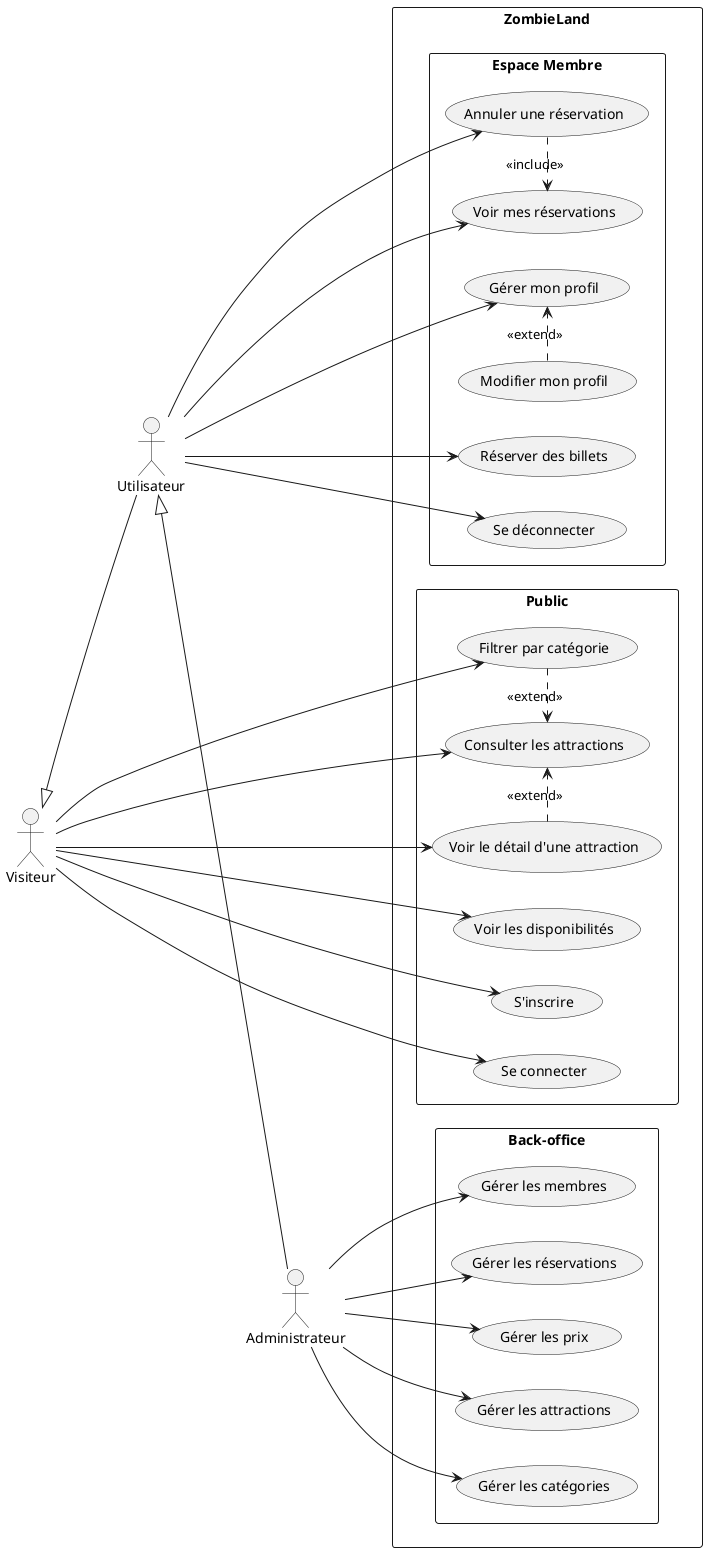
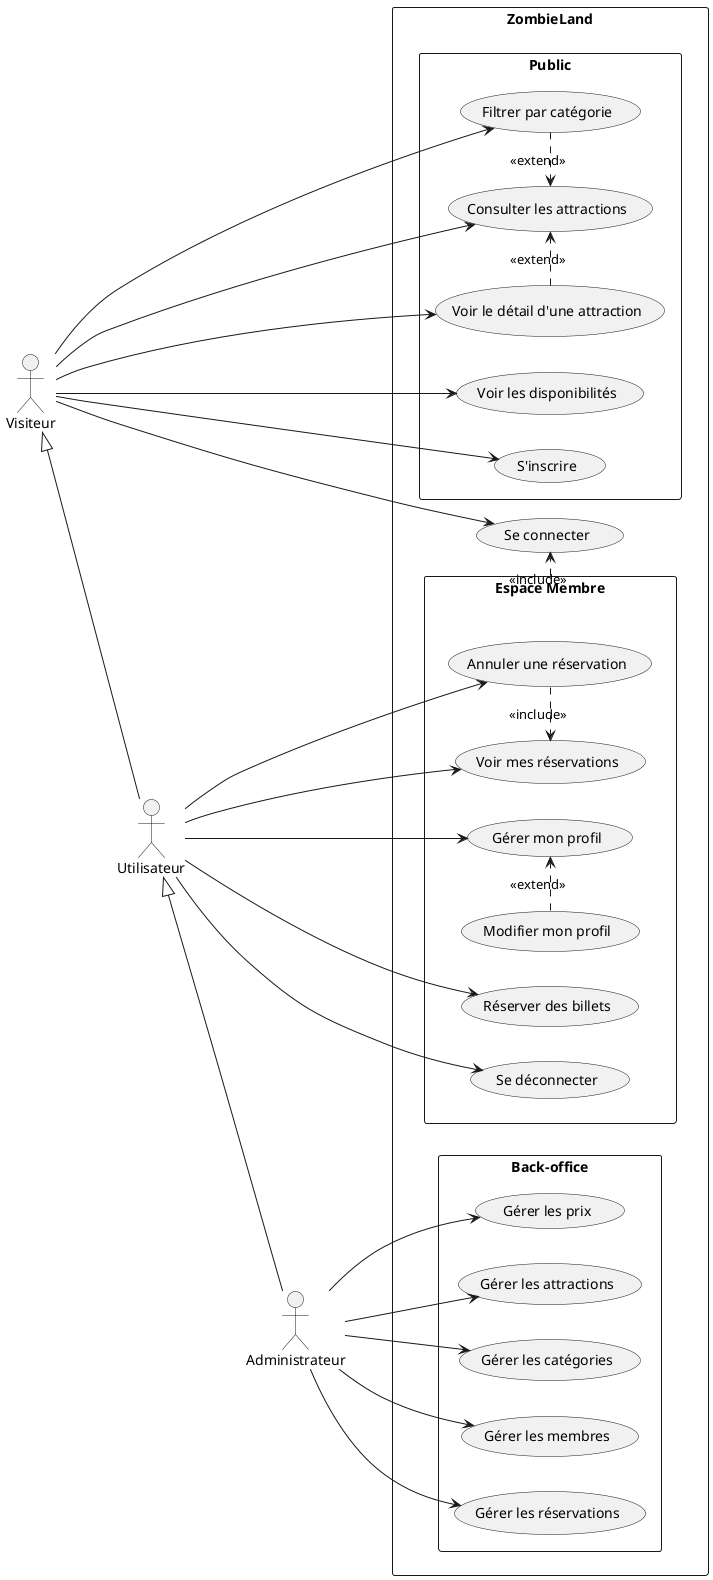
@startuml use_cases_zombieland

left to right direction

actor "Visiteur" as visitor
actor "Utilisateur" as user
actor "Administrateur" as admin

visitor <|-- user
user <|-- admin



rectangle ZombieLand {
rectangle "Back-office"{
  usecase "Gérer les attractions" as UC10
  usecase "Gérer les catégories" as UC11
  usecase "Gérer les membres" as UC12
  usecase "Gérer les réservations" as UC13
  usecase "Gérer les prix" as UC14
}

rectangle "Public"{
  usecase "Consulter les attractions" as UC1
  usecase "Filtrer par catégorie" as UC2
  usecase "Voir le détail d'une attraction" as UC3
  usecase "Voir les disponibilités" as UC15
  usecase "S'inscrire" as UC4
-   usecase "Se connecter" as UC5
}

- rectangle "Espace Membre"{
+ usecase "Se connecter" as UC5
+ 
+ rectangle "Espace Membre" as EM{
  usecase "Réserver des billets" as UC6
  usecase "Voir mes réservations" as UC7
  usecase "Annuler une réservation" as UC8
  usecase "Gérer mon profil" as UC9
  usecase "Modifier mon profil" as UC9a
  usecase "Se déconnecter" as UC9b
}

}

visitor --> UC1
visitor --> UC2
visitor --> UC3
visitor --> UC15
visitor --> UC4
visitor --> UC5


user --> UC6
user --> UC7
user --> UC8
user --> UC9


admin --> UC10
admin --> UC11
admin --> UC12
admin --> UC13
admin --> UC14

UC2 .> UC1 : <<extend>>
UC3 .> UC1 : <<extend>>
UC8 .> UC7 : <<include>>
UC9a .> UC9 : <<extend>>
user --> UC9b
+ EM .> UC5 : <<include>>




@enduml